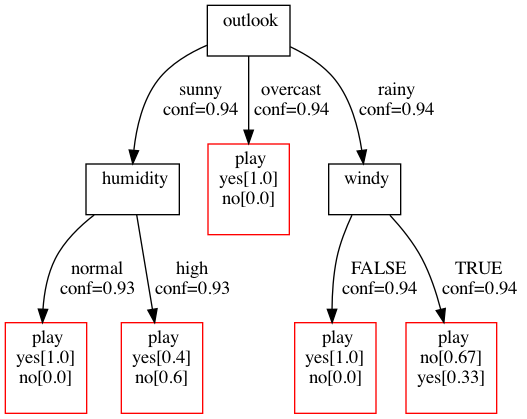
sbobek/pyuid3 keeps this Graphviz diagram as src/test.gv.png. Above is the earlier version. Its source is kept beside it as src/test.gv.
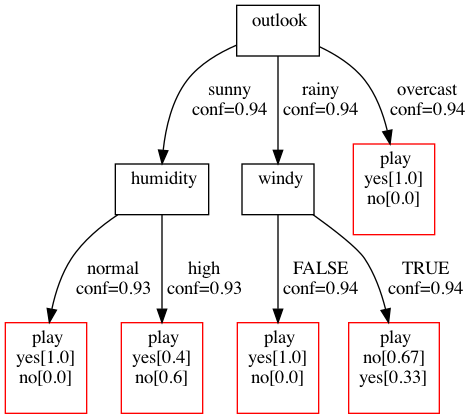
Above is the later version.

What changed in the source:
```diff
@@ -1,35 +1,35 @@
 digraph mediationTree{
-8775802756997[label=" outlook
- ",shape=box, color=black]8775802756997->8775802783163[label="sunny
+8773404659881[label=" outlook
+ ",shape=box, color=black]8773404659881->8773404678093[label="sunny
  conf=0.94 "]
-8775802783163[label=" humidity
- ",shape=box, color=black]8775802783163->8775802783142[label="normal
+8773404678093[label=" humidity
+ ",shape=box, color=black]8773404678093->8773404678048[label="normal
  conf=0.93 "]
-8775802783142[label=" play
+8773404678048[label=" play
 yes[1.0]
 no[0.0]
- ",shape=box, color=red]8775802783163->8775802783184[label="high
+ ",shape=box, color=red]8773404678093->8773404678042[label="high
  conf=0.93 "]
-8775802783184[label=" play
+8773404678042[label=" play
 yes[0.4]
 no[0.6]
- ",shape=box, color=red]8775802756997->8775802783010[label="overcast
+ ",shape=box, color=red]8773404659881->8773404677895[label="rainy
  conf=0.94 "]
-8775802783010[label=" play
+8773404677895[label=" windy
+ ",shape=box, color=black]8773404677895->8773404676744[label="FALSE
+ conf=0.94 "]
+8773404676744[label=" play
 yes[1.0]
 no[0.0]
- ",shape=box, color=red]8775802756997->8775802783133[label="rainy
+ ",shape=box, color=red]8773404677895->8773404678000[label="TRUE
  conf=0.94 "]
-8775802783133[label=" windy
- ",shape=box, color=black]8775802783133->8775802770068[label="FALSE
+8773404678000[label=" play
+no[0.67]
+yes[0.33]
+ ",shape=box, color=red]8773404659881->8773404678075[label="overcast
  conf=0.94 "]
-8775802770068[label=" play
+8773404678075[label=" play
 yes[1.0]
 no[0.0]
- ",shape=box, color=red]8775802783133->8775802770158[label="TRUE
- conf=0.94 "]
-8775802770158[label=" play
-no[0.67]
-yes[0.33]
  ",shape=box, color=red]
 }
```
